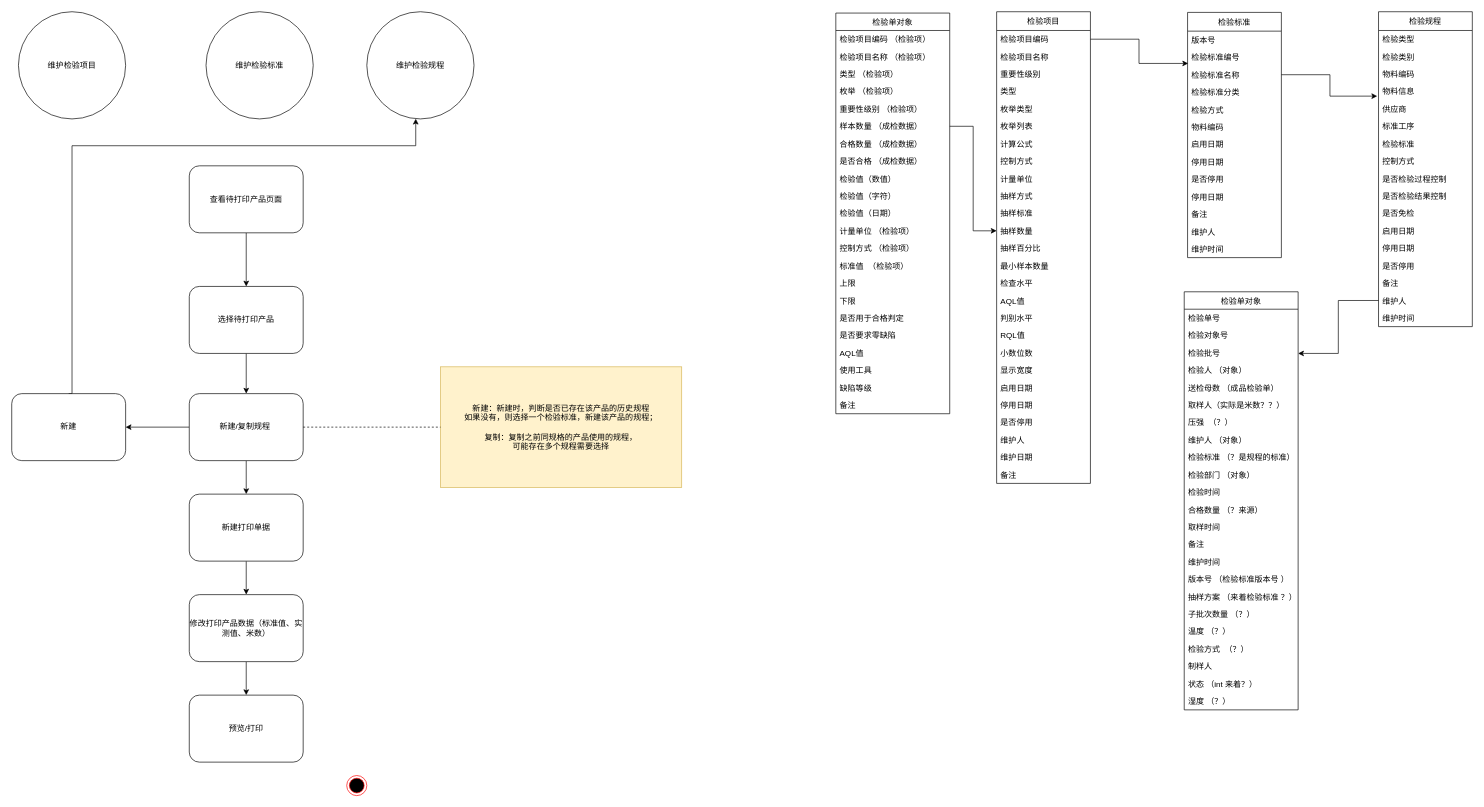
This is Untitled Diagram.drawio from Minibay/DrawView, a draw.io file, before an edit. Source tidied: cells renumbered, new cells numbered last; positions are measured from the earlier drawing's top-left corner, leaving out a move shared by most shapes. Both pictures are drawn from the tidied source at 67%, with x=0, y=0 at pixel (11, 11).
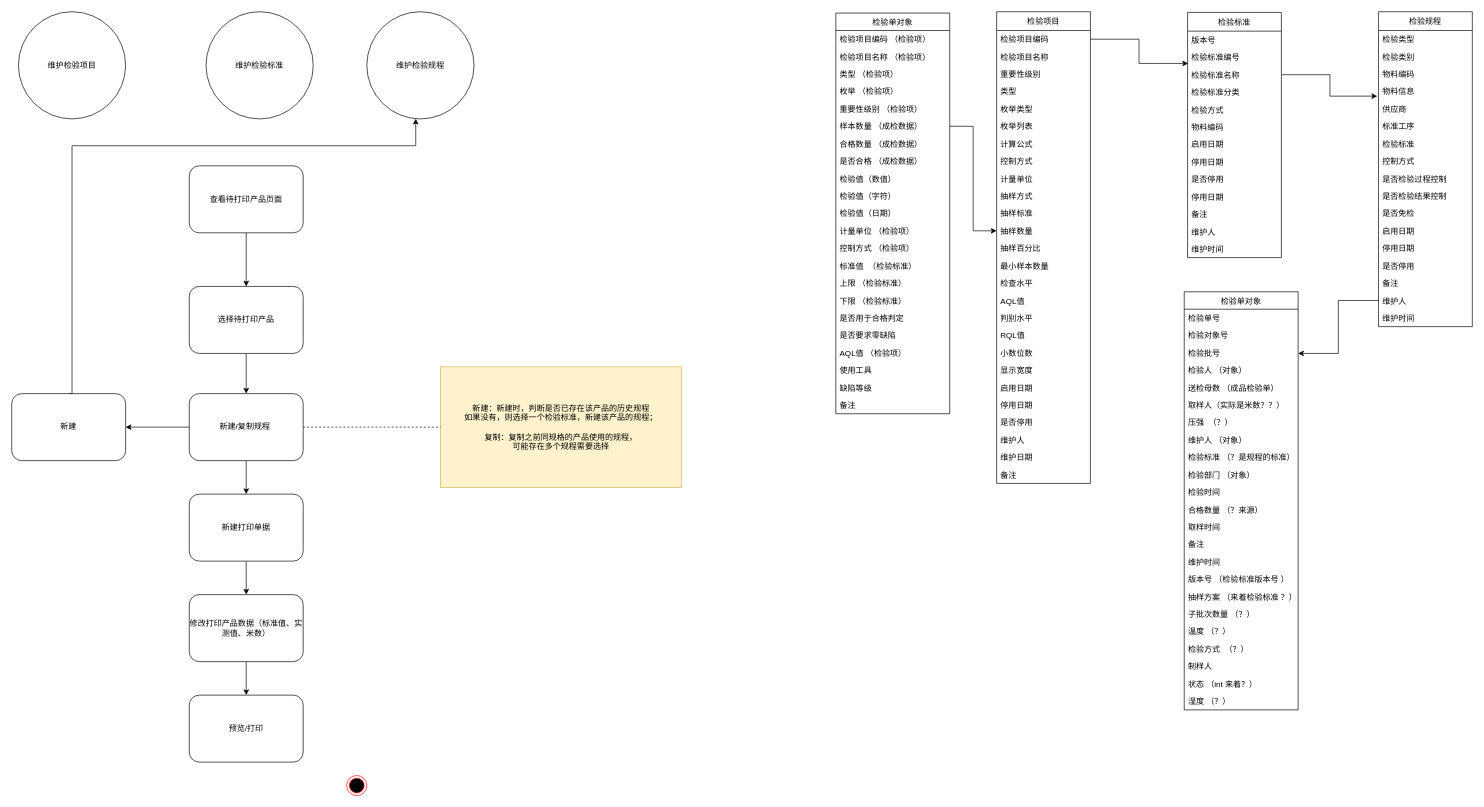
The same diagram, later.

The change refers to these unchanged cells:
```xml
<mxCell id="108" value="检验单对象" style="swimlane;fontStyle=0;horizontal=1;startSize=26;fillColor=none;" parent="1" vertex="1">
  <mxGeometry x="1230" y="2" width="170" height="598" as="geometry" />
</mxCell>
```

What changed in the source:
```diff
@@
-    <mxCell id="122" value="标准值  （检验项）" style="text;strokeColor=none;fillColor=none;align=left;verticalAlign=top;spacingLeft=4;spacingRight=4;overflow=hidden;" parent="108" vertex="1">
+    <mxCell id="122" value="标准值  （检验标准）" style="text;strokeColor=none;fillColor=none;align=left;verticalAlign=top;spacingLeft=4;spacingRight=4;overflow=hidden;" parent="108" vertex="1">
       <mxGeometry y="364" width="170" height="26" as="geometry" />
     </mxCell>
-    <mxCell id="123" value="上限" style="text;strokeColor=none;fillColor=none;align=left;verticalAlign=top;spacingLeft=4;spacingRight=4;overflow=hidden;" parent="108" vertex="1">
+    <mxCell id="123" value="上限 （检验标准）" style="text;strokeColor=none;fillColor=none;align=left;verticalAlign=top;spacingLeft=4;spacingRight=4;overflow=hidden;" parent="108" vertex="1">
       <mxGeometry y="390" width="170" height="26" as="geometry" />
     </mxCell>
-    <mxCell id="124" value="下限" style="text;strokeColor=none;fillColor=none;align=left;verticalAlign=top;spacingLeft=4;spacingRight=4;overflow=hidden;" parent="108" vertex="1">
+    <mxCell id="124" value="下限 （检验标准）" style="text;strokeColor=none;fillColor=none;align=left;verticalAlign=top;spacingLeft=4;spacingRight=4;overflow=hidden;" parent="108" vertex="1">
       <mxGeometry y="416" width="170" height="26" as="geometry" />
     </mxCell>
@@
-    <mxCell id="127" value="AQL值" style="text;strokeColor=none;fillColor=none;align=left;verticalAlign=top;spacingLeft=4;spacingRight=4;overflow=hidden;" parent="108" vertex="1">
+    <mxCell id="127" value="AQL值 （检验项）" style="text;strokeColor=none;fillColor=none;align=left;verticalAlign=top;spacingLeft=4;spacingRight=4;overflow=hidden;" parent="108" vertex="1">
       <mxGeometry y="494" width="170" height="26" as="geometry" />
     </mxCell>
```
